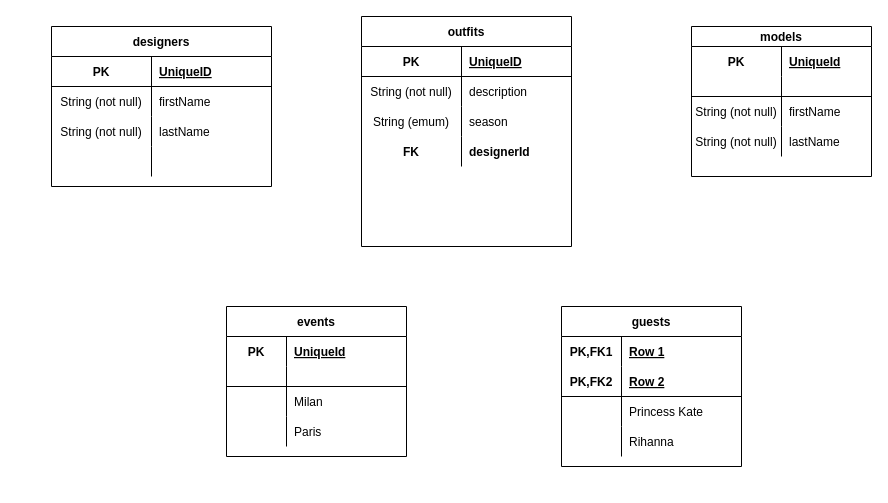
GK230/boolean-uk-api-data-models keeps this draw.io diagram as fashion.drawio. Above is the earlier version. Source tidied: cells renumbered, new cells numbered last; positions are measured from the earlier drawing's top-left corner, leaving out a move shared by most shapes. Both pictures are drawn from the tidied source at 100%, with x=0, y=0 at pixel (51, 16).
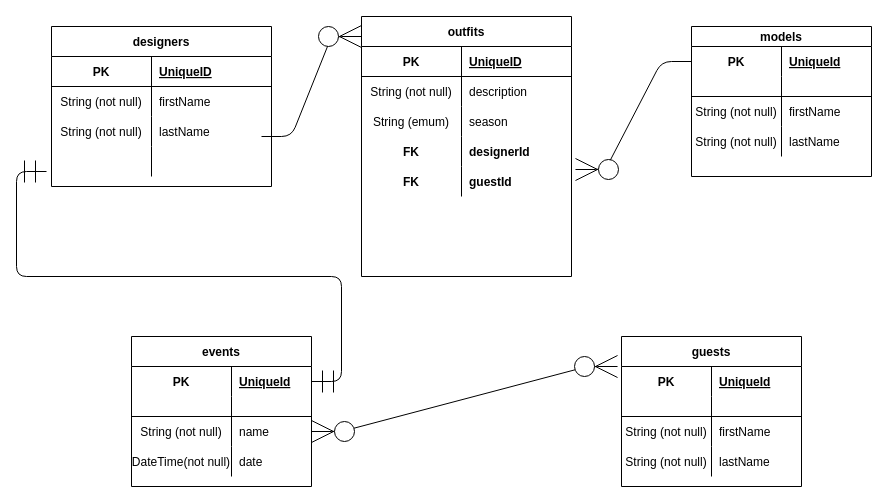
Above is the later version.

The change refers to these unchanged cells:
```xml
<mxCell id="16" style="shape=partialRectangle;fillColor=none;top=0;left=0;bottom=0;right=0;points=[[0,0.5],[1,0.5]];portConstraint=eastwest;" parent="15" vertex="1">
  <mxGeometry y="20" width="180" height="30" as="geometry" />
</mxCell>
<mxCell id="29" style="shape=partialRectangle;fillColor=none;top=0;left=0;bottom=0;right=0;points=[[0,0.5],[1,0.5]];portConstraint=eastwest;" parent="28" vertex="1">
  <mxGeometry y="30" width="180" height="30" as="geometry" />
</mxCell>
<mxCell id="32" style="shape=partialRectangle;fillColor=none;top=0;left=0;bottom=1;right=0;" parent="28" vertex="1">
  <mxGeometry y="60" width="180" height="20" as="geometry" />
</mxCell>
<mxCell id="35" style="shape=partialRectangle;fillColor=none;top=0;left=0;bottom=0;right=0;points=[[0,0.5],[1,0.5]];portConstraint=eastwest;" parent="28" vertex="1">
  <mxGeometry y="80" width="180" height="30" as="geometry" />
</mxCell>
<mxCell id="38" style="shape=partialRectangle;fillColor=none;top=0;left=0;bottom=0;right=0;" parent="28" vertex="1">
  <mxGeometry y="110" width="180" height="30" as="geometry" />
</mxCell>
<mxCell id="42" style="shape=partialRectangle;fillColor=none;top=0;left=0;bottom=0;right=0;points=[[0,0.5],[1,0.5]];portConstraint=eastwest;" parent="41" vertex="1">
  <mxGeometry y="30" width="180" height="30" as="geometry" />
</mxCell>
```

The edit, as a diff of the source:
```diff
@@
     <mxCell id="2" value="outfits" style="shape=table;startSize=30;childLayout=tableLayout;rowLines=0;fontStyle=1;align=center;" parent="1" vertex="1">
-      <mxGeometry x="310" width="210" height="230" as="geometry" />
+      <mxGeometry x="310" width="210" height="260" as="geometry" />
     </mxCell>
@@
+    <mxCell id="68" style="shape=partialRectangle;fillColor=none;top=0;left=0;bottom=0;right=0;points=[[0,0.5],[1,0.5]];portConstraint=eastwest;" parent="2" vertex="1">
+      <mxGeometry y="150" width="210" height="30" as="geometry" />
+    </mxCell>
+    <mxCell id="69" value="FK" style="shape=partialRectangle;fillColor=none;top=0;left=0;bottom=0;right=0;overflow=hidden;fontStyle=1;" parent="68" vertex="1">
+      <mxGeometry width="100" height="30" as="geometry" />
+    </mxCell>
+    <mxCell id="70" value="guestId" style="shape=partialRectangle;fillColor=none;top=0;left=0;bottom=0;right=0;align=left;spacingLeft=6;overflow=hidden;fontStyle=1;" parent="68" vertex="1">
+      <mxGeometry x="100" width="110" height="30" as="geometry" />
+    </mxCell>
@@
     <mxCell id="28" value="events" style="shape=table;startSize=30;childLayout=tableLayout;rowLines=0;fontStyle=1;align=center;" parent="1" vertex="1">
-      <mxGeometry x="175" y="290" width="180" height="150" as="geometry" />
+      <mxGeometry x="80" y="320" width="180" height="150" as="geometry" />
     </mxCell>
@@
     <mxCell id="30" value="PK" style="shape=partialRectangle;fillColor=none;top=0;left=0;bottom=0;right=0;fontStyle=1;overflow=hidden;" parent="29" vertex="1">
-      <mxGeometry width="60" height="30" as="geometry" />
+      <mxGeometry width="100" height="30" as="geometry" />
     </mxCell>
     <mxCell id="31" value="UniqueId" style="shape=partialRectangle;fillColor=none;top=0;left=0;bottom=0;right=0;align=left;spacingLeft=6;fontStyle=5;overflow=hidden;" parent="29" vertex="1">
-      <mxGeometry x="60" width="120" height="30" as="geometry" />
+      <mxGeometry x="100" width="80" height="30" as="geometry" />
     </mxCell>
@@
     <mxCell id="33" style="shape=partialRectangle;fillColor=none;top=0;left=0;bottom=0;right=0;fontStyle=1;overflow=hidden;" parent="32" vertex="1">
-      <mxGeometry width="60" height="20" as="geometry" />
+      <mxGeometry width="100" height="20" as="geometry" />
     </mxCell>
     <mxCell id="34" style="shape=partialRectangle;fillColor=none;top=0;left=0;bottom=0;right=0;align=left;spacingLeft=6;fontStyle=5;overflow=hidden;" parent="32" vertex="1">
-      <mxGeometry x="60" width="120" height="20" as="geometry" />
+      <mxGeometry x="100" width="80" height="20" as="geometry" />
     </mxCell>
@@
-    <mxCell id="36" style="shape=partialRectangle;fillColor=none;top=0;left=0;bottom=0;right=0;overflow=hidden;" parent="35" vertex="1">
-      <mxGeometry width="60" height="30" as="geometry" />
+    <mxCell id="36" value="String (not null)" style="shape=partialRectangle;fillColor=none;top=0;left=0;bottom=0;right=0;overflow=hidden;" parent="35" vertex="1">
+      <mxGeometry width="100" height="30" as="geometry" />
     </mxCell>
-    <mxCell id="37" value="Milan" style="shape=partialRectangle;fillColor=none;top=0;left=0;bottom=0;right=0;align=left;spacingLeft=6;overflow=hidden;" parent="35" vertex="1">
-      <mxGeometry x="60" width="120" height="30" as="geometry" />
+    <mxCell id="37" value="name" style="shape=partialRectangle;fillColor=none;top=0;left=0;bottom=0;right=0;align=left;spacingLeft=6;overflow=hidden;" parent="35" vertex="1">
+      <mxGeometry x="100" width="80" height="30" as="geometry" />
     </mxCell>
@@
-    <mxCell id="39" style="shape=partialRectangle;fillColor=none;top=0;left=0;bottom=0;right=0;overflow=hidden;" parent="38" vertex="1">
-      <mxGeometry width="60" height="30" as="geometry" />
+    <mxCell id="39" value="DateTime(not null)" style="shape=partialRectangle;fillColor=none;top=0;left=0;bottom=0;right=0;overflow=hidden;" parent="38" vertex="1">
+      <mxGeometry width="100" height="30" as="geometry" />
     </mxCell>
-    <mxCell id="40" value="Paris" style="shape=partialRectangle;fillColor=none;top=0;left=0;bottom=0;right=0;align=left;spacingLeft=6;overflow=hidden;" parent="38" vertex="1">
-      <mxGeometry x="60" width="120" height="30" as="geometry" />
+    <mxCell id="40" value="date" style="shape=partialRectangle;fillColor=none;top=0;left=0;bottom=0;right=0;align=left;spacingLeft=6;overflow=hidden;" parent="38" vertex="1">
+      <mxGeometry x="100" width="80" height="30" as="geometry" />
     </mxCell>
     <mxCell id="41" value="guests" style="shape=table;startSize=30;childLayout=tableLayout;rowLines=0;fontStyle=1;align=center;" parent="1" vertex="1">
-      <mxGeometry x="510" y="290" width="180" height="160" as="geometry" />
+      <mxGeometry x="570" y="320" width="180" height="150" as="geometry" />
     </mxCell>
@@
-    <mxCell id="43" value="PK,FK1" style="shape=partialRectangle;fillColor=none;top=0;left=0;bottom=0;right=0;fontStyle=1;overflow=hidden;" parent="42" vertex="1">
-      <mxGeometry width="60" height="30" as="geometry" />
+    <mxCell id="43" value="PK" style="shape=partialRectangle;fillColor=none;top=0;left=0;bottom=0;right=0;fontStyle=1;overflow=hidden;" parent="42" vertex="1">
+      <mxGeometry width="90" height="30" as="geometry" />
     </mxCell>
-    <mxCell id="44" value="Row 1" style="shape=partialRectangle;fillColor=none;top=0;left=0;bottom=0;right=0;align=left;spacingLeft=6;fontStyle=5;overflow=hidden;" parent="42" vertex="1">
-      <mxGeometry x="60" width="120" height="30" as="geometry" />
+    <mxCell id="44" value="UniqueId" style="shape=partialRectangle;fillColor=none;top=0;left=0;bottom=0;right=0;align=left;spacingLeft=6;fontStyle=5;overflow=hidden;" parent="42" vertex="1">
+      <mxGeometry x="90" width="90" height="30" as="geometry" />
     </mxCell>
     <mxCell id="45" style="shape=partialRectangle;fillColor=none;top=0;left=0;bottom=1;right=0;" parent="41" vertex="1">
-      <mxGeometry y="60" width="180" height="30" as="geometry" />
+      <mxGeometry y="60" width="180" height="20" as="geometry" />
     </mxCell>
-    <mxCell id="46" value="PK,FK2" style="shape=partialRectangle;fillColor=none;top=0;left=0;bottom=0;right=0;fontStyle=1;overflow=hidden;" parent="45" vertex="1">
-      <mxGeometry width="60" height="30" as="geometry" />
+    <mxCell id="46" style="shape=partialRectangle;fillColor=none;top=0;left=0;bottom=0;right=0;fontStyle=1;overflow=hidden;" parent="45" vertex="1">
+      <mxGeometry width="90" height="20" as="geometry" />
     </mxCell>
-    <mxCell id="47" value="Row 2" style="shape=partialRectangle;fillColor=none;top=0;left=0;bottom=0;right=0;align=left;spacingLeft=6;fontStyle=5;overflow=hidden;" parent="45" vertex="1">
-      <mxGeometry x="60" width="120" height="30" as="geometry" />
+    <mxCell id="47" style="shape=partialRectangle;fillColor=none;top=0;left=0;bottom=0;right=0;align=left;spacingLeft=6;fontStyle=5;overflow=hidden;" parent="45" vertex="1">
+      <mxGeometry x="90" width="90" height="20" as="geometry" />
     </mxCell>
     <mxCell id="48" style="shape=partialRectangle;fillColor=none;top=0;left=0;bottom=0;right=0;" parent="41" vertex="1">
-      <mxGeometry y="90" width="180" height="30" as="geometry" />
+      <mxGeometry y="80" width="180" height="30" as="geometry" />
     </mxCell>
-    <mxCell id="49" style="shape=partialRectangle;fillColor=none;top=0;left=0;bottom=0;right=0;overflow=hidden;" parent="48" vertex="1">
-      <mxGeometry width="60" height="30" as="geometry" />
+    <mxCell id="49" value="String (not null)" style="shape=partialRectangle;fillColor=none;top=0;left=0;bottom=0;right=0;overflow=hidden;" parent="48" vertex="1">
+      <mxGeometry width="90" height="30" as="geometry" />
     </mxCell>
-    <mxCell id="50" value="Princess Kate" style="shape=partialRectangle;fillColor=none;top=0;left=0;bottom=0;right=0;align=left;spacingLeft=6;overflow=hidden;" parent="48" vertex="1">
-      <mxGeometry x="60" width="120" height="30" as="geometry" />
+    <mxCell id="50" value="firstName" style="shape=partialRectangle;fillColor=none;top=0;left=0;bottom=0;right=0;align=left;spacingLeft=6;overflow=hidden;" parent="48" vertex="1">
+      <mxGeometry x="90" width="90" height="30" as="geometry" />
     </mxCell>
     <mxCell id="51" style="shape=partialRectangle;fillColor=none;top=0;left=0;bottom=0;right=0;" parent="41" vertex="1">
-      <mxGeometry y="120" width="180" height="30" as="geometry" />
+      <mxGeometry y="110" width="180" height="30" as="geometry" />
     </mxCell>
     <mxCell id="52" style="shape=partialRectangle;fillColor=none;top=0;left=0;bottom=0;right=0;overflow=hidden;" parent="51" vertex="1">
-      <mxGeometry width="60" height="30" as="geometry" />
+      <mxGeometry width="90" height="30" as="geometry" />
     </mxCell>
-    <mxCell id="53" value="Rihanna" style="shape=partialRectangle;fillColor=none;top=0;left=0;bottom=0;right=0;align=left;spacingLeft=6;overflow=hidden;" parent="51" vertex="1">
-      <mxGeometry x="60" width="120" height="30" as="geometry" />
+    <mxCell id="53" value="lastName" style="shape=partialRectangle;fillColor=none;top=0;left=0;bottom=0;right=0;align=left;spacingLeft=6;overflow=hidden;" parent="51" vertex="1">
+      <mxGeometry x="90" width="90" height="30" as="geometry" />
     </mxCell>
@@
+    <mxCell id="71" value="String (not null)" style="shape=partialRectangle;fillColor=none;top=0;left=0;bottom=0;right=0;overflow=hidden;" parent="1" vertex="1">
+      <mxGeometry x="570" y="430" width="90" height="30" as="geometry" />
+    </mxCell>
+    <mxCell id="72" style="edgeStyle=entityRelationEdgeStyle;fontSize=12;html=1;endArrow=ERzeroToMany;endFill=1;endSize=20;" parent="1" edge="1">
+      <mxGeometry relative="1" as="geometry">
+        <mxPoint x="210" y="120" as="sourcePoint" />
+        <mxPoint x="310" y="20" as="targetPoint" />
+      </mxGeometry>
+    </mxCell>
+    <mxCell id="73" style="edgeStyle=entityRelationEdgeStyle;fontSize=12;html=1;endArrow=ERzeroToMany;endFill=1;endSize=20;entryX=1.019;entryY=0.1;entryDx=0;entryDy=0;entryPerimeter=0;" parent="1" edge="1" source="16" target="68">
+      <mxGeometry relative="1" as="geometry" />
+    </mxCell>
+    <mxCell id="74" style="edgeStyle=entityRelationEdgeStyle;fontSize=12;html=1;endArrow=ERzeroToMany;endFill=1;startArrow=ERzeroToMany;startSize=20;endSize=20;entryX=-0.022;entryY=0;entryDx=0;entryDy=0;entryPerimeter=0;exitX=1;exitY=0.5;exitDx=0;exitDy=0;" parent="1" edge="1" source="35" target="42">
+      <mxGeometry relative="1" as="geometry" />
+    </mxCell>
+    <mxCell id="75" style="edgeStyle=entityRelationEdgeStyle;fontSize=12;html=1;endArrow=ERmandOne;startArrow=ERmandOne;startSize=20;endSize=20;exitX=1;exitY=0.5;exitDx=0;exitDy=0;" parent="1" edge="1" source="29">
+      <mxGeometry relative="1" as="geometry">
+        <mxPoint x="-5" y="155" as="targetPoint" />
+      </mxGeometry>
+    </mxCell>
```
